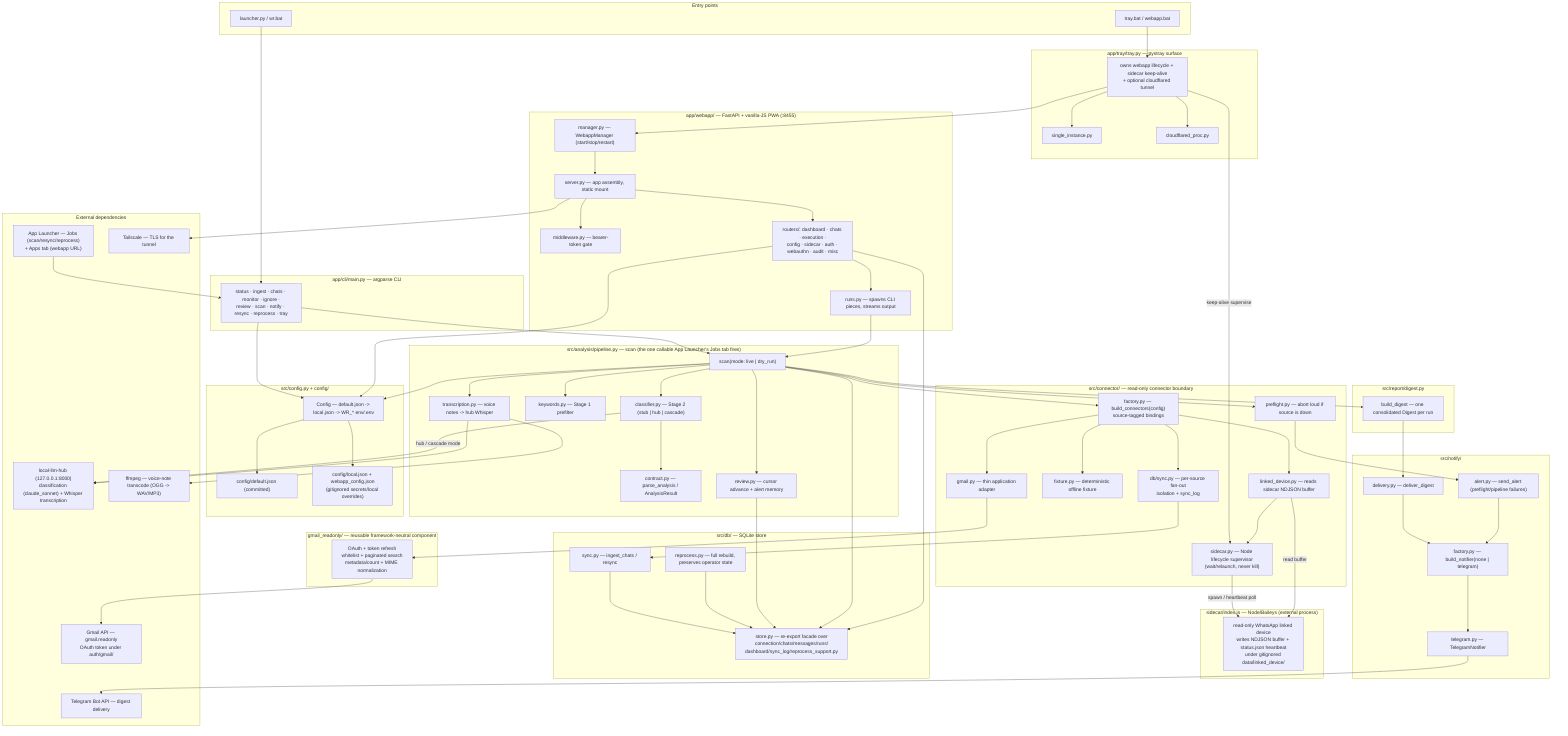
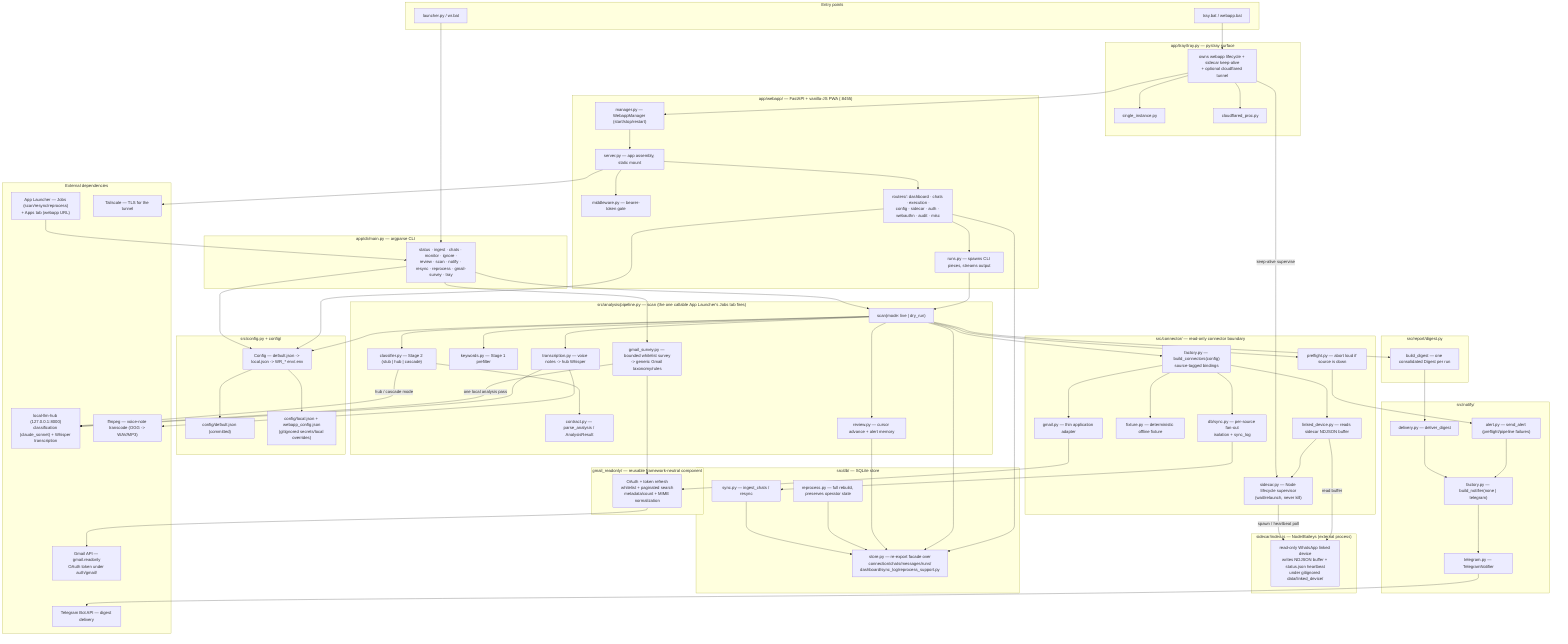
%% docs/architecture.mmd — whatsapp-radar's own internal structure.
%% Hand-authored, not generated (unlike fleet-config's mechanically-aggregated
%% fleet-wide `/system-map`) — this repo's own internal shape is semantic and
%% can't be crawled the same way. Update this diagram in the same PR as any
%% material structural change (a connector added, a pipeline stage moved, a
%% router split) — same anti-staleness contract as this repo's `.fleet.toml`
%% `description` field. See fleet-config's `CLAUDE.md` ("Every repo carries a
%% `.fleet.toml`") for the general convention (ferraroroberto/fleet-config#256).

flowchart TB
  subgraph entry["Entry points"]
    LAUNCHER["launcher.py / wr.bat"]
    TRAYBAT["tray.bat / webapp.bat"]
  end

  subgraph cli["app/cli/main.py — argparse CLI"]
-     CLICMDS["status · ingest · chats · monitor · ignore ·\nreview · scan · notify · resync · reprocess · tray"]
+     CLICMDS["status · ingest · chats · monitor · ignore ·\nreview · scan · notify · resync · reprocess · gmail-survey · tray"]
  end
  LAUNCHER --> CLICMDS

  subgraph tray["app/tray/tray.py — pystray surface"]
    TRAYPY["owns webapp lifecycle + sidecar keep-alive\n+ optional cloudflared tunnel"]
    SINGLEINST["single_instance.py"]
    CLOUDFLARED["cloudflared_proc.py"]
  end
  TRAYBAT --> TRAYPY
  TRAYPY --> SINGLEINST
  TRAYPY --> CLOUDFLARED

  subgraph webapp["app/webapp/ — FastAPI + vanilla-JS PWA (:8455)"]
    SERVER["server.py — app assembly, static mount"]
    MANAGER["manager.py — WebappManager (start/stop/restart)"]
    MIDDLEWARE["middleware.py — bearer-token gate"]
    RUNS["runs.py — spawns CLI pieces, streams output"]
    ROUTERS["routers/: dashboard · chats · execution ·\nconfig · sidecar · auth · webauthn · audit · misc"]
  end
  TRAYPY --> MANAGER
  MANAGER --> SERVER
  SERVER --> MIDDLEWARE
  SERVER --> ROUTERS
  ROUTERS --> RUNS

  subgraph pipeline["src/analysis/pipeline.py — scan (the one callable App Launcher's Jobs tab fires)"]
    SCAN["scan(mode: live | dry_run)"]
    TRANSCRIBE["transcription.py — voice notes -> hub Whisper"]
    KEYWORDS["keywords.py — Stage 1 prefilter"]
    CLASSIFIER["classifier.py — Stage 2 (stub | hub | cascade)"]
    CONTRACT["contract.py — parse_analysis / AnalysisResult"]
    REVIEW["review.py — cursor advance + alert memory"]
+     SURVEY["gmail_survey.py — bounded whitelist survey\n-> generic Gmail taxonomy/rules"]
  end
  CLICMDS --> SCAN
  RUNS --> SCAN
  SCAN --> TRANSCRIBE
  SCAN --> KEYWORDS
  SCAN --> CLASSIFIER
  CLASSIFIER --> CONTRACT
  SCAN --> REVIEW
+   CLICMDS --> SURVEY

  subgraph connector["src/connector/ — read-only connector boundary"]
    CFACTORY["factory.py — build_connectors(config)\nsource-tagged bindings"]
    FANOUT["db/sync.py — per-source fan-out\nisolation + sync_log"]
    FIXTURE["fixture.py — deterministic offline fixture"]
    LINKED["linked_device.py — reads sidecar NDJSON buffer"]
    GMAIL["gmail.py — thin application adapter"]
    SIDECARPY["sidecar.py — Node lifecycle supervisor\n(wait/relaunch, never kill)"]
    PREFLIGHT["preflight.py — abort loud if source is down"]
  end
  SCAN --> CFACTORY
  CFACTORY --> FANOUT
  CFACTORY --> FIXTURE
  CFACTORY --> LINKED
  CFACTORY --> GMAIL
  SCAN --> PREFLIGHT
  TRAYPY -->|keep-alive supervise| SIDECARPY
  LINKED --> SIDECARPY

  subgraph gmailcore["gmail_readonly/ — reusable framework-neutral component"]
    GMAILCORE["OAuth + token refresh\nwhitelist + paginated search\nmetadata/count + MIME normalization"]
  end
  GMAIL --> GMAILCORE
+   SURVEY --> GMAILCORE

  subgraph sidecarnode["sidecar/index.js — Node/Baileys (external process)"]
    BAILEYS["read-only WhatsApp linked device\nwrites NDJSON buffer + status.json heartbeat\nunder gitignored data/linked_device/"]
  end
  SIDECARPY -->|spawn / heartbeat poll| BAILEYS
  LINKED -->|read buffer| BAILEYS

  subgraph db["src/db/ — SQLite store"]
    STORE["store.py — re-export facade over\nconnection/chats/messages/runs/\ndashboard/sync_log/reprocess_support.py"]
    SYNC["sync.py — ingest_chats / resync"]
    REPROCESS["reprocess.py — full rebuild, preserves operator state"]
  end
  FANOUT --> SYNC
  SYNC --> STORE
  REPROCESS --> STORE
  REVIEW --> STORE
  SCAN --> STORE
  ROUTERS --> STORE

  subgraph report["src/report/digest.py"]
    DIGEST["build_digest — one consolidated Digest per run"]
  end
  SCAN --> DIGEST

  subgraph notify["src/notify/"]
    NFACTORY["factory.py — build_notifier(none | telegram)"]
    DELIVERY["delivery.py — deliver_digest"]
    ALERT["alert.py — send_alert (preflight/pipeline failures)"]
    TELEGRAM["telegram.py — TelegramNotifier"]
  end
  DIGEST --> DELIVERY
  DELIVERY --> NFACTORY
  NFACTORY --> TELEGRAM
  PREFLIGHT --> ALERT
  ALERT --> NFACTORY

  subgraph config["src/config.py + config/"]
    CONFIGPY["Config — default.json -> local.json -> WR_* env/.env"]
    DEFAULTJSON["config/default.json (committed)"]
    LOCALJSON["config/local.json + webapp_config.json\n(gitignored secrets/local overrides)"]
  end
  CLICMDS --> CONFIGPY
  SCAN --> CONFIGPY
  ROUTERS --> CONFIGPY
  CONFIGPY --> DEFAULTJSON
  CONFIGPY --> LOCALJSON

  subgraph ext["External dependencies"]
    HUB["local-llm-hub (127.0.0.1:8000)\nclassification (claude_sonnet) + Whisper transcription"]
    TELEGRAMAPI["Telegram Bot API — digest delivery"]
    APPLAUNCHER["App Launcher — Jobs (scan/resync/reprocess)\n+ Apps tab (webapp URL)"]
    TAILSCALE["Tailscale — TLS for the tunnel"]
    FFMPEG["ffmpeg — voice-note transcode (OGG -> WAV/MP3)"]
    GMAILAPI["Gmail API — gmail.readonly\nOAuth token under auth/gmail/"]
  end
  CLASSIFIER -->|hub / cascade mode| HUB
+   SURVEY -->|one local analysis pass| HUB
  TRANSCRIBE --> HUB
  TELEGRAM --> TELEGRAMAPI
  APPLAUNCHER --> CLICMDS
  SERVER --> TAILSCALE
  TRANSCRIBE --> FFMPEG
  GMAILCORE --> GMAILAPI
